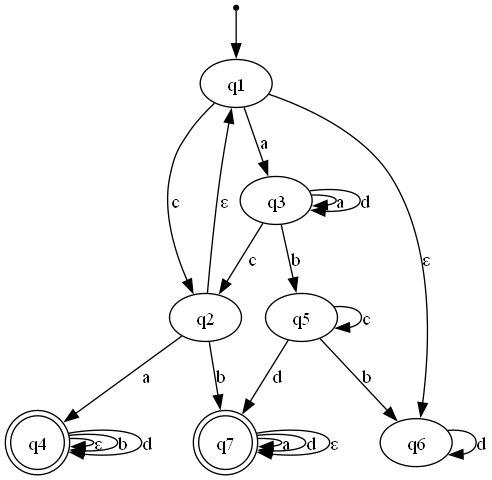
This is AFD/digraph/graph.png from Dev2C1Vieira/PL_RegExRecognizer, a Graphviz export, as it was before one commit. Its source is kept beside it as AFD/digraph/graph.dot. Its diagram source:
```dot
digraph {
	graph [bb="0,0,360.63,352.1"];
	node [label="\N"];
	q1	[height=0.5,
		pos="173.13,293.5",
		width=0.75];
	q2	[height=0.5,
		pos="150.13,118",
		width=0.75];
	q1 -> q2	[label=c,
		lp="127.5,205.75",
		pos="e,141.24,135.23 156.8,278.62 150.4,272.6 143.36,265.17 138.13,257.5 128.9,243.98 126.72,239.78 123.38,223.75 117.78,196.97 127.23,\
166.71 136.41,145.63"];
	q3	[height=0.5,
		pos="203.13,205.75",
		width=0.75];
	q1 -> q3	[label=a,
		lp="194.13,249.63",
		pos="e,197.21,223.66 179.05,275.56 183.16,263.82 188.73,247.91 193.47,234.35"];
	q6	[height=0.5,
		pos="308.13,24.126",
		width=0.75];
	q1 -> q6	[label=ε,
		lp="315.13,161.88",
		pos="e,311.35,42.453 197.35,285.49 224.68,276.19 268.05,256.96 289.13,223.75 322.42,171.29 318.39,94.834 312.99,53.762"];
	q2 -> q1	[label=ε,
		lp="164.13,205.75",
		pos="e,169.79,275.32 151.59,136.47 153.43,157.3 156.85,193.15 161.13,223.75 162.99,237.12 165.51,251.87 167.75,264.27"];
	q4	[height=0.67017,
		pos="24.126,24.126",
		shape=doublecircle,
		width=0.67017];
	q2 -> q4	[label=a,
		lp="105.13,74.127",
		pos="e,43.474,39.234 132.34,104.03 111.62,88.925 77.107,63.759 52.634,45.913"];
	q7	[height=0.67017,
		pos="165.13,24.126",
		shape=doublecircle,
		width=0.67017];
	q2 -> q7	[label=b,
		lp="161.88,74.127",
		pos="e,161.35,48.229 152.95,99.721 154.8,88.35 157.3,73.079 159.54,59.316"];
	q3 -> q2	[label=c,
		lp="185.5,161.88",
		pos="e,160.05,135.06 193.16,188.62 185.53,176.29 174.87,159.03 166.06,144.79"];
	q3 -> q3	[label=a,
		lp="251.13,205.75",
		pos="e,229.92,201.65 229.92,209.86 239.91,209.99 248.13,208.62 248.13,205.75 248.13,204.09 245.38,202.94 241.13,202.28"];
	q3 -> q3	[label=d,
		lp="269.88,205.75",
		pos="e,228.36,198.5 228.36,213.01 247.17,215.54 266.13,213.12 266.13,205.75 266.13,199.88 254.09,197.15 239.68,197.57"];
	q5	[height=0.5,
		pos="222.13,118",
		width=0.75];
	q3 -> q5	[label=b,
		lp="217.88,161.88",
		pos="e,218.32,136.2 206.88,187.81 209.44,176.26 212.89,160.68 215.86,147.27"];
	q4 -> q4	[label=ε,
		lp="69.252,24.126",
		pos="e,48.368,21.02 48.368,27.232 58.091,27.408 66.252,26.372 66.252,24.126 66.252,22.863 63.67,21.982 59.68,21.485"];
	q4 -> q4	[label=b,
		lp="88.002,24.126",
		pos="e,47.891,18.649 47.891,29.604 65.947,31.584 84.252,29.758 84.252,24.126 84.252,19.682 72.855,17.608 59.176,17.904"];
	q4 -> q4	[label=d,
		lp="106,24.126",
		pos="e,47.32,17.095 47.32,31.158 72.955,35.845 102.25,33.501 102.25,24.126 102.25,16.106 80.812,13.232 58.565,15.503"];
	q5 -> q5	[label=c,
		lp="270.5,118",
		pos="e,246.66,109.9 246.66,126.1 257.63,126.87 267.13,124.17 267.13,118 267.13,114.15 263.42,111.65 257.96,110.5"];
	q5 -> q6	[label=b,
		lp="270.88,74.127",
		pos="e,294.34,39.851 235.94,102.24 249.61,87.641 270.72,65.085 286.59,48.133"];
	q5 -> q7	[label=d,
		lp="203.88,74.127",
		pos="e,177.53,45.111 212.2,101 204.3,88.262 193.02,70.088 183.49,54.72"];
	q6 -> q6	[label=d,
		lp="356.88,24.126",
		pos="e,331.74,14.98 331.74,33.272 343.1,34.402 353.13,31.353 353.13,24.126 353.13,19.497 349.01,16.582 343.07,15.381"];
	q7 -> q7	[label=a,
		lp="210.25,24.126",
		pos="e,189.37,21.02 189.37,27.232 199.09,27.408 207.25,26.372 207.25,24.126 207.25,22.863 204.67,21.982 200.68,21.485"];
	q7 -> q7	[label=d,
		lp="229,24.126",
		pos="e,188.89,18.649 188.89,29.604 206.95,31.584 225.25,29.758 225.25,24.126 225.25,19.682 213.85,17.608 200.18,17.904"];
	q7 -> q7	[label=ε,
		lp="246.25,24.126",
		pos="e,188.32,17.095 188.32,31.158 213.96,35.845 243.25,33.501 243.25,24.126 243.25,16.106 221.81,13.232 199.57,15.503"];
	initial	[height=0.05,
		pos="173.13,350.3",
		shape=point,
		width=0.05];
	initial -> q1	[pos="e,173.13,311.8 173.13,348.35 173.13,345.14 173.13,334.31 173.13,323.19"];
}
```
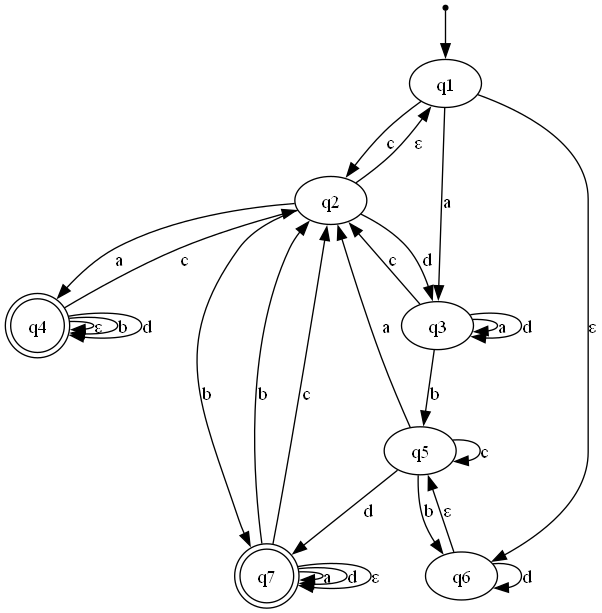
The same diagram one commit later.

Change to the diagram source:
```diff
@@ -1,93 +1,112 @@
 digraph {
-	graph [bb="0,0,360.63,352.1"];
+	graph [bb="0,0,443.13,452.1"];
 	node [label="\N"];
 	q1	[height=0.5,
-		pos="173.13,293.5",
+		pos="330.13,393.5",
 		width=0.75];
 	q2	[height=0.5,
-		pos="150.13,118",
+		pos="244.13,305.75",
 		width=0.75];
 	q1 -> q2	[label=c,
-		lp="127.5,205.75",
-		pos="e,141.24,135.23 156.8,278.62 150.4,272.6 143.36,265.17 138.13,257.5 128.9,243.98 126.72,239.78 123.38,223.75 117.78,196.97 127.23,\
-166.71 136.41,145.63"];
+		lp="288.5,349.63",
+		pos="e,255.18,322.69 311.91,380.17 303.17,373.86 292.79,365.78 284.38,357.5 276.45,349.72 268.65,340.38 262.05,331.85"];
 	q3	[height=0.5,
-		pos="203.13,205.75",
+		pos="324.13,211.88",
 		width=0.75];
 	q1 -> q3	[label=a,
-		lp="194.13,249.63",
-		pos="e,197.21,223.66 179.05,275.56 183.16,263.82 188.73,247.91 193.47,234.35"];
+		lp="331.13,305.75",
+		pos="e,324.71,230.31 329.55,375.28 328.52,344.38 326.34,279.23 325.08,241.52"];
 	q6	[height=0.5,
-		pos="308.13,24.126",
+		pos="342.13,24.126",
 		width=0.75];
 	q1 -> q6	[label=ε,
-		lp="315.13,161.88",
-		pos="e,311.35,42.453 197.35,285.49 224.68,276.19 268.05,256.96 289.13,223.75 322.42,171.29 318.39,94.834 312.99,53.762"];
+		lp="440.13,211.88",
+		pos="e,364.16,34.605 354.41,385.08 385.98,373.75 437.13,348.89 437.13,306.75 437.13,306.75 437.13,306.75 437.13,117 437.13,81.195 401.82,\
+54.901 374.26,39.828"];
 	q2 -> q1	[label=ε,
-		lp="164.13,205.75",
-		pos="e,169.79,275.32 151.59,136.47 153.43,157.3 156.85,193.15 161.13,223.75 162.99,237.12 165.51,251.87 167.75,264.27"];
+		lp="309.13,349.63",
+		pos="e,319.55,376.5 262.92,318.96 271.92,325.24 282.57,333.33 291.13,341.75 298.95,349.46 306.54,358.78 312.92,367.32"];
+	q2 -> q3	[label=d,
+		lp="315.88,261.88",
+		pos="e,320.61,230.08 266.72,295.48 278.62,289.62 292.67,281.01 302.13,269.75 309.03,261.54 313.91,250.91 317.29,241.07"];
 	q4	[height=0.67017,
-		pos="24.126,24.126",
+		pos="24.126,211.88",
 		shape=doublecircle,
 		width=0.67017];
 	q2 -> q4	[label=a,
-		lp="105.13,74.127",
-		pos="e,43.474,39.234 132.34,104.03 111.62,88.925 77.107,63.759 52.634,45.913"];
+		lp="85.126,261.88",
+		pos="e,38.353,231.56 217.03,303.48 183.51,300.91 125.57,293.16 82.126,269.75 68.411,262.36 55.732,250.76 45.75,239.96"];
 	q7	[height=0.67017,
-		pos="165.13,24.126",
+		pos="196.13,24.126",
 		shape=doublecircle,
 		width=0.67017];
 	q2 -> q7	[label=b,
-		lp="161.88,74.127",
-		pos="e,161.35,48.229 152.95,99.721 154.8,88.35 157.3,73.079 159.54,59.316"];
+		lp="150.88,161.88",
+		pos="e,184.2,45.526 219.25,298.41 204.1,293.23 185.69,284.32 175.13,269.75 122.02,196.54 146.38,152.01 175.13,66.252 176.3,62.756 177.73,\
+59.188 179.28,55.687"];
 	q3 -> q2	[label=c,
-		lp="185.5,161.88",
-		pos="e,160.05,135.06 193.16,188.62 185.53,176.29 174.87,159.03 166.06,144.79"];
+		lp="290.5,261.88",
+		pos="e,257.34,289.58 310.9,228.07 298.38,242.44 279.41,264.23 264.88,280.92"];
 	q3 -> q3	[label=a,
-		lp="251.13,205.75",
-		pos="e,229.92,201.65 229.92,209.86 239.91,209.99 248.13,208.62 248.13,205.75 248.13,204.09 245.38,202.94 241.13,202.28"];
+		lp="372.13,211.88",
+		pos="e,350.47,207.21 350.47,216.55 360.66,216.76 369.13,215.2 369.13,211.88 369.13,209.96 366.3,208.63 361.94,207.89"];
 	q3 -> q3	[label=d,
-		lp="269.88,205.75",
-		pos="e,228.36,198.5 228.36,213.01 247.17,215.54 266.13,213.12 266.13,205.75 266.13,199.88 254.09,197.15 239.68,197.57"];
+		lp="390.88,211.88",
+		pos="e,348.7,203.71 348.7,220.04 367.72,223.1 387.13,220.37 387.13,211.88 387.13,205.04 374.56,201.94 359.74,202.59"];
 	q5	[height=0.5,
-		pos="222.13,118",
+		pos="311.13,118",
 		width=0.75];
 	q3 -> q5	[label=b,
-		lp="217.88,161.88",
-		pos="e,218.32,136.2 206.88,187.81 209.44,176.26 212.89,160.68 215.86,147.27"];
+		lp="321.88,161.88",
+		pos="e,313.56,136.21 321.68,193.6 319.85,180.64 317.3,162.61 315.16,147.52"];
+	q4 -> q2	[label=c,
+		lp="134.5,261.88",
+		pos="e,219.23,298.58 44.317,225.21 65.276,237.64 99.284,256.79 130.38,269.75 155.83,280.37 185.65,289.42 208.38,295.67"];
 	q4 -> q4	[label=ε,
-		lp="69.252,24.126",
-		pos="e,48.368,21.02 48.368,27.232 58.091,27.408 66.252,26.372 66.252,24.126 66.252,22.863 63.67,21.982 59.68,21.485"];
+		lp="69.252,211.88",
+		pos="e,48.368,208.77 48.368,214.98 58.091,215.16 66.252,214.12 66.252,211.88 66.252,210.62 63.67,209.73 59.68,209.24"];
 	q4 -> q4	[label=b,
-		lp="88.002,24.126",
-		pos="e,47.891,18.649 47.891,29.604 65.947,31.584 84.252,29.758 84.252,24.126 84.252,19.682 72.855,17.608 59.176,17.904"];
+		lp="88.002,211.88",
+		pos="e,47.891,206.4 47.891,217.36 65.947,219.34 84.252,217.51 84.252,211.88 84.252,207.43 72.855,205.36 59.176,205.66"];
 	q4 -> q4	[label=d,
-		lp="106,24.126",
-		pos="e,47.32,17.095 47.32,31.158 72.955,35.845 102.25,33.501 102.25,24.126 102.25,16.106 80.812,13.232 58.565,15.503"];
+		lp="106,211.88",
+		pos="e,47.32,204.85 47.32,218.91 72.955,223.6 102.25,221.25 102.25,211.88 102.25,203.86 80.812,200.98 58.565,203.26"];
+	q5 -> q2	[label=a,
+		lp="285.13,211.88",
+		pos="e,249.1,287.94 303.69,135.51 297.58,149.34 288.86,169.66 282.13,187.75 270.85,218.02 259.63,253.37 252.34,277.22"];
 	q5 -> q5	[label=c,
-		lp="270.5,118",
-		pos="e,246.66,109.9 246.66,126.1 257.63,126.87 267.13,124.17 267.13,118 267.13,114.15 263.42,111.65 257.96,110.5"];
+		lp="359.5,118",
+		pos="e,335.66,109.9 335.66,126.1 346.63,126.87 356.13,124.17 356.13,118 356.13,114.15 352.42,111.65 346.96,110.5"];
 	q5 -> q6	[label=b,
-		lp="270.88,74.127",
-		pos="e,294.34,39.851 235.94,102.24 249.61,87.641 270.72,65.085 286.59,48.133"];
+		lp="317.88,74.127",
+		pos="e,328.79,40.012 309.65,99.645 309.37,89.631 309.99,76.943 313.63,66.252 315.65,60.289 318.82,54.405 322.31,49.034"];
 	q5 -> q7	[label=d,
-		lp="203.88,74.127",
-		pos="e,177.53,45.111 212.2,101 204.3,88.262 193.02,70.088 183.49,54.72"];
+		lp="271.88,74.127",
+		pos="e,214.69,39.958 294.16,103.45 275.57,88.596 245.49,64.56 223.54,47.028"];
+	q6 -> q5	[label=ε,
+		lp="331.13,74.127",
+		pos="e,316.81,100.15 336.37,42.182 331.88,55.494 325.55,74.251 320.35,89.654"];
 	q6 -> q6	[label=d,
-		lp="356.88,24.126",
-		pos="e,331.74,14.98 331.74,33.272 343.1,34.402 353.13,31.353 353.13,24.126 353.13,19.497 349.01,16.582 343.07,15.381"];
+		lp="390.88,24.126",
+		pos="e,365.74,14.98 365.74,33.272 377.1,34.402 387.13,31.353 387.13,24.126 387.13,19.497 383.01,16.582 377.07,15.381"];
+	q7 -> q2	[label=b,
+		lp="192.88,161.88",
+		pos="e,228.44,290.81 192.41,48.418 186.31,93.589 178.09,195.2 213.13,269.75 215.18,274.13 217.97,278.37 221.02,282.3"];
+	q7 -> q2	[label=c,
+		lp="225.5,161.88",
+		pos="e,241.37,287.37 200.72,48.163 201.86,54.055 203.06,60.383 204.13,66.252 217.83,141.94 232.41,231.44 239.59,276.23"];
 	q7 -> q7	[label=a,
-		lp="210.25,24.126",
-		pos="e,189.37,21.02 189.37,27.232 199.09,27.408 207.25,26.372 207.25,24.126 207.25,22.863 204.67,21.982 200.68,21.485"];
+		lp="241.25,24.126",
+		pos="e,220.37,21.02 220.37,27.232 230.09,27.408 238.25,26.372 238.25,24.126 238.25,22.863 235.67,21.982 231.68,21.485"];
 	q7 -> q7	[label=d,
-		lp="229,24.126",
-		pos="e,188.89,18.649 188.89,29.604 206.95,31.584 225.25,29.758 225.25,24.126 225.25,19.682 213.85,17.608 200.18,17.904"];
+		lp="260,24.126",
+		pos="e,219.89,18.649 219.89,29.604 237.95,31.584 256.25,29.758 256.25,24.126 256.25,19.682 244.85,17.608 231.18,17.904"];
 	q7 -> q7	[label=ε,
-		lp="246.25,24.126",
-		pos="e,188.32,17.095 188.32,31.158 213.96,35.845 243.25,33.501 243.25,24.126 243.25,16.106 221.81,13.232 199.57,15.503"];
+		lp="277.25,24.126",
+		pos="e,219.32,17.095 219.32,31.158 244.96,35.845 274.25,33.501 274.25,24.126 274.25,16.106 252.81,13.232 230.57,15.503"];
 	initial	[height=0.05,
-		pos="173.13,350.3",
+		pos="330.13,450.3",
 		shape=point,
 		width=0.05];
-	initial -> q1	[pos="e,173.13,311.8 173.13,348.35 173.13,345.14 173.13,334.31 173.13,323.19"];
+	initial -> q1	[pos="e,330.13,411.81 330.13,448.35 330.13,445.15 330.13,434.31 330.13,423.19"];
 }
```
